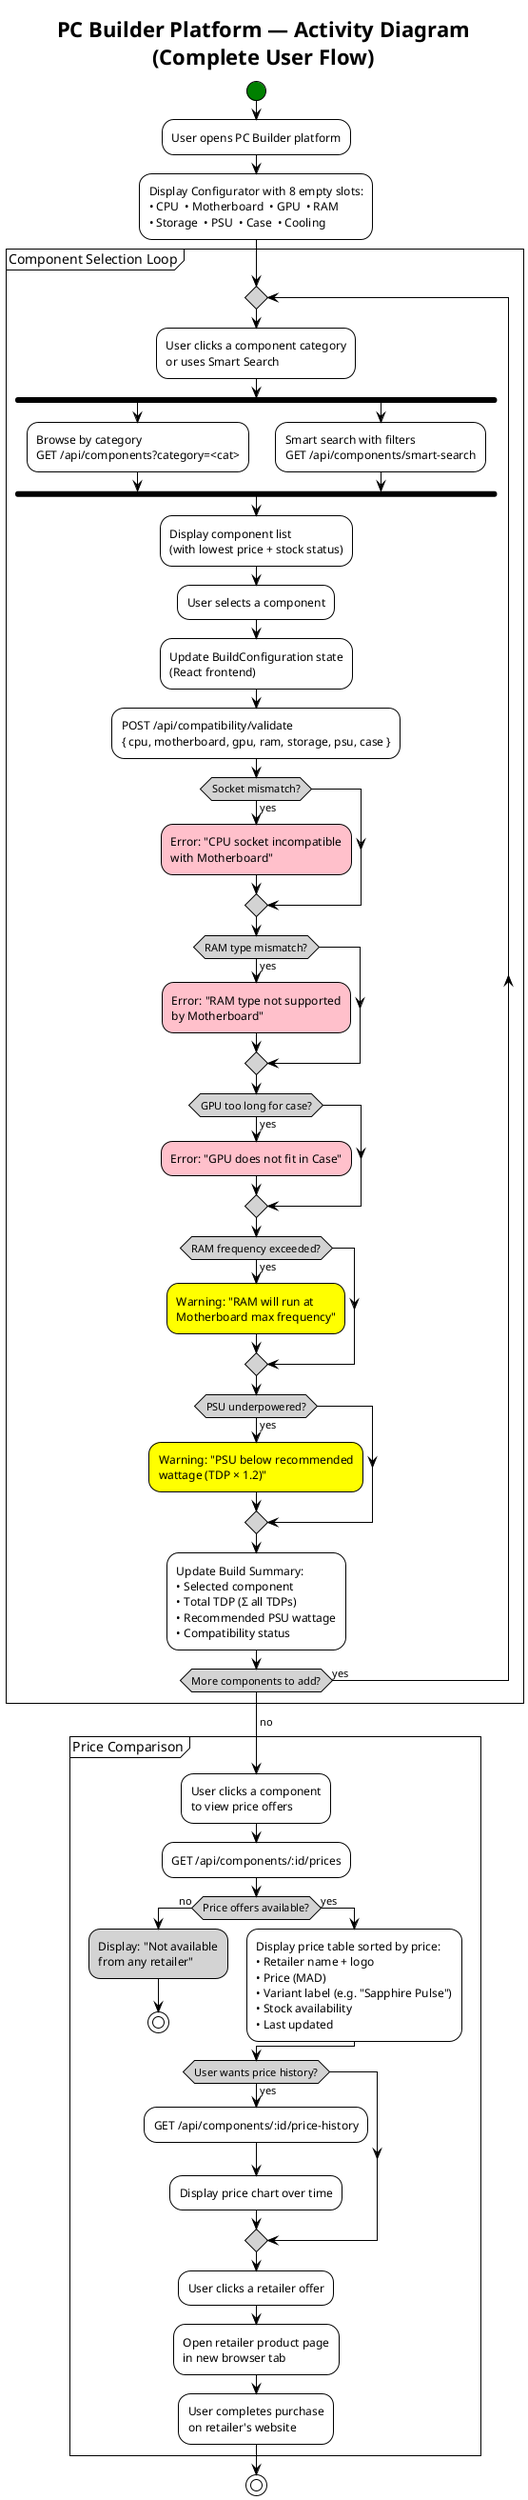
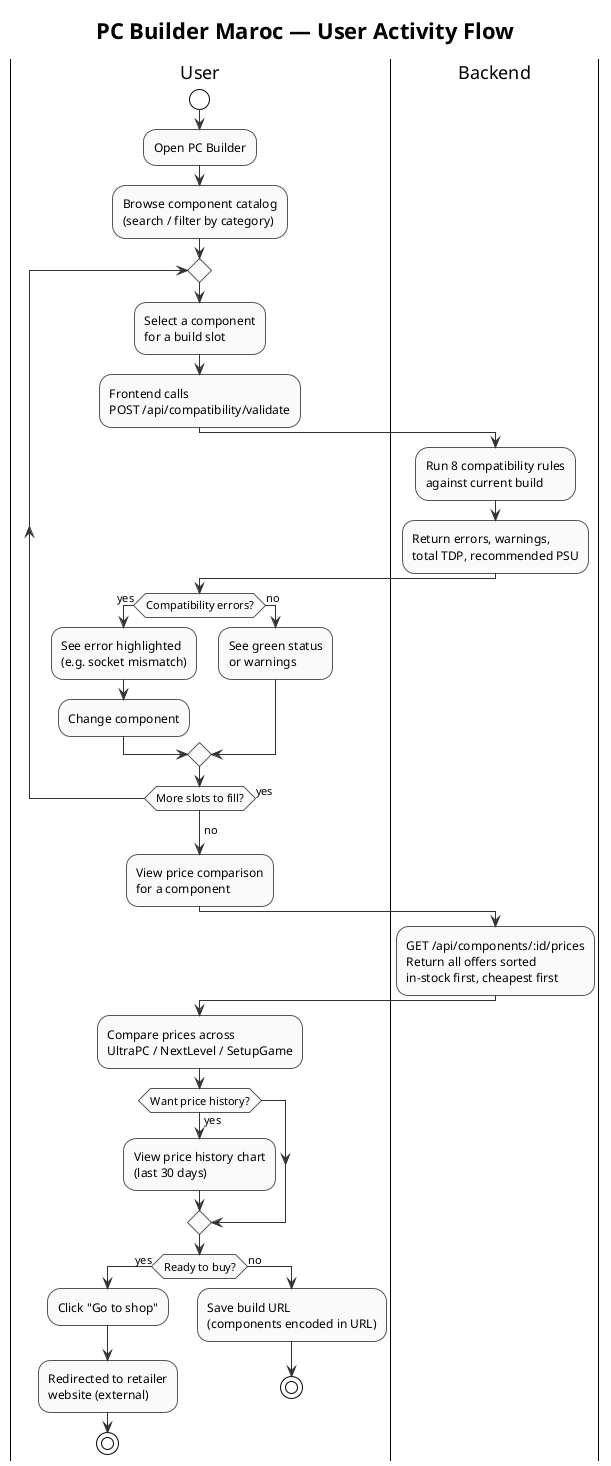
- @startuml Activity Diagram
+ @startuml activity
!theme plain
- skinparam activityDiamondBackgroundColor #lightgray
- skinparam activityStartColor #green
- skinparam activityEndColor #red
+ skinparam activityBackgroundColor #FAFAFA
+ skinparam activityBorderColor #555
+ skinparam arrowColor #333
+ skinparam diamondBackgroundColor #FFF8DC
+ skinparam swimlaneBackgroundColor #F8F8F8

- title PC Builder Platform — Activity Diagram\n(Complete User Flow)
+ title PC Builder Maroc — User Activity Flow

+ |User|
start
+ :Open PC Builder;
+ :Browse component catalog\n(search / filter by category);

- :User opens PC Builder platform;
+ repeat
+   :Select a component\nfor a build slot;
+   :Frontend calls\nPOST /api/compatibility/validate;

- :Display Configurator with 8 empty slots:\n• CPU  • Motherboard  • GPU  • RAM\n• Storage  • PSU  • Case  • Cooling;
+   |Backend|
+   :Run 8 compatibility rules\nagainst current build;
+   :Return errors, warnings,\ntotal TDP, recommended PSU;

- partition "Component Selection Loop" {
-   repeat
-     :User clicks a component category\nor uses Smart Search;
+   |User|
+   if (Compatibility errors?) then (yes)
+     :See error highlighted\n(e.g. socket mismatch);
+     :Change component;
+   else (no)
+     :See green status\nor warnings;
+   endif
+ repeat while (More slots to fill?) is (yes)
+ -> no;

-     fork
-       :Browse by category\nGET /api/components?category=<cat>;
-     fork again
-       :Smart search with filters\nGET /api/components/smart-search;
-     end fork
+ :View price comparison\nfor a component;

-     :Display component list\n(with lowest price + stock status);
+ |Backend|
+ :GET /api/components/:id/prices\nReturn all offers sorted\nin-stock first, cheapest first;

-     :User selects a component;
+ |User|
+ :Compare prices across\nUltraPC / NextLevel / SetupGame;

-     :Update BuildConfiguration state\n(React frontend);
+ if (Want price history?) then (yes)
+   :View price history chart\n(last 30 days);
+ endif

-     :POST /api/compatibility/validate\n{ cpu, motherboard, gpu, ram, storage, psu, case };
- 
-     if (Socket mismatch?) then (yes)
-       #pink:Error: "CPU socket incompatible\nwith Motherboard";
-     endif
- 
-     if (RAM type mismatch?) then (yes)
-       #pink:Error: "RAM type not supported\nby Motherboard";
-     endif
- 
-     if (GPU too long for case?) then (yes)
-       #pink:Error: "GPU does not fit in Case";
-     endif
- 
-     if (RAM frequency exceeded?) then (yes)
-       #yellow:Warning: "RAM will run at\nMotherboard max frequency";
-     endif
- 
-     if (PSU underpowered?) then (yes)
-       #yellow:Warning: "PSU below recommended\nwattage (TDP × 1.2)";
-     endif
- 
-     :Update Build Summary:\n• Selected component\n• Total TDP (Σ all TDPs)\n• Recommended PSU wattage\n• Compatibility status;
- 
-   repeat while (More components to add?) is (yes)
-   -> no;
- }
- 
- partition "Price Comparison" {
-   :User clicks a component\nto view price offers;
- 
-   :GET /api/components/:id/prices;
- 
-   if (Price offers available?) then (no)
-     #lightgray:Display: "Not available\nfrom any retailer";
-     stop
-   else (yes)
-     :Display price table sorted by price:\n• Retailer name + logo\n• Price (MAD)\n• Variant label (e.g. "Sapphire Pulse")\n• Stock availability\n• Last updated;
-   endif
- 
-   if (User wants price history?) then (yes)
-     :GET /api/components/:id/price-history;
-     :Display price chart over time;
-   endif
- 
-   :User clicks a retailer offer;
- 
-   :Open retailer product page\nin new browser tab;
- 
-   :User completes purchase\non retailer's website;
- }
- 
- stop
+ if (Ready to buy?) then (yes)
+   :Click "Go to shop";
+   :Redirected to retailer\nwebsite (external);
+   stop
+ else (no)
+   :Save build URL\n(components encoded in URL);
+   stop
+ endif

@enduml
